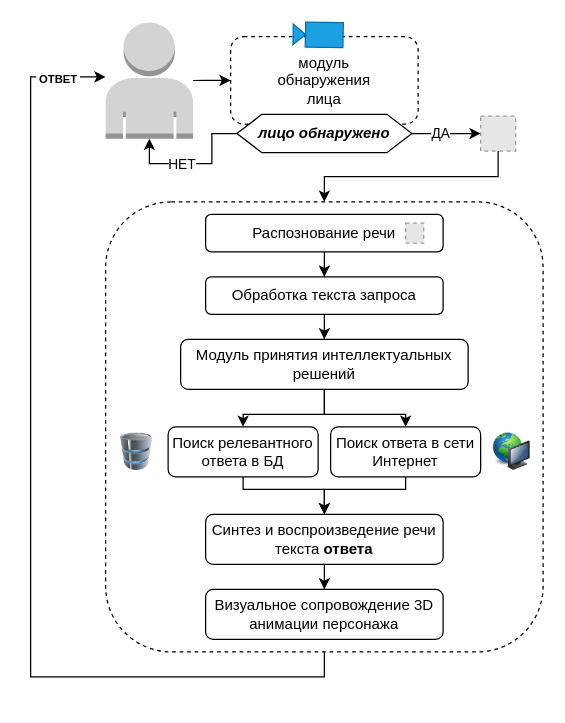
Before: src/hiva_schematic (1).drawio in pteacher/hiva-irbis-demo, a draw.io diagram. Source tidied: cells renumbered, new cells numbered last; positions are measured from the earlier drawing's top-left corner, leaving out a move shared by most shapes. Both pictures are drawn from the tidied source at 125%, with x=0, y=0 at pixel (30, 21). Pictures stored in the file or linked from it are replaced by grey dashed boxes.
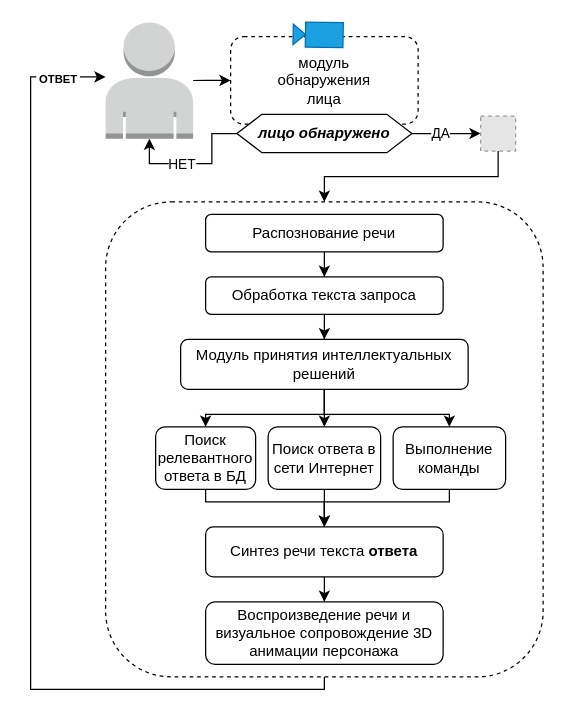
After the change.

The change refers to these unchanged cells:
```xml
<mxCell id="18" style="outlineConnect=0;dashed=0;verticalLabelPosition=bottom;verticalAlign=top;align=center;html=1;shape=mxgraph.aws3.user;fillColor=#D2D3D3;gradientColor=none;fontSize=9;" parent="1" vertex="1">
  <mxGeometry x="60" y="0.4" width="70" height="93" as="geometry" />
</mxCell>
<mxCell id="33" value="Модуль принятия интеллектуальных решений" style="whiteSpace=wrap;html=1;rounded=1;" parent="1" vertex="1">
  <mxGeometry x="120" y="254" width="230" height="40" as="geometry" />
</mxCell>
```

The edit, as a diff of the source:
```diff
@@
     <mxCell id="2" style="rounded=1;whiteSpace=wrap;html=1;dashed=1;" parent="1" vertex="1">
-      <mxGeometry x="60" y="144" width="350" height="360" as="geometry" />
+      <mxGeometry x="60" y="144" width="350" height="380" as="geometry" />
     </mxCell>
@@
     <mxCell id="7" style="edgeStyle=orthogonalEdgeStyle;rounded=0;jettySize=auto;html=1;fontSize=9;" parent="1" edge="1" source="8" target="14">
       <mxGeometry relative="1" as="geometry">
         <Array as="points">
-          <mxPoint x="170" y="374" />
-          <mxPoint x="235" y="374" />
+          <mxPoint x="140" y="384" />
+          <mxPoint x="235" y="384" />
         </Array>
       </mxGeometry>
     </mxCell>
     <mxCell id="8" value="Поиск релевантного ответа в БД" style="whiteSpace=wrap;html=1;rounded=1;" parent="1" vertex="1">
-      <mxGeometry x="110" y="324" width="120" height="40" as="geometry" />
+      <mxGeometry x="100" y="324" width="80" height="50" as="geometry" />
     </mxCell>
     <mxCell id="9" style="edgeStyle=orthogonalEdgeStyle;rounded=0;jettySize=auto;html=1;fontSize=9;" parent="1" edge="1" source="10" target="14">
       <mxGeometry relative="1" as="geometry">
         <Array as="points">
-          <mxPoint x="300" y="374" />
-          <mxPoint x="235" y="374" />
+          <mxPoint x="235" y="384" />
+          <mxPoint x="235" y="384" />
         </Array>
       </mxGeometry>
     </mxCell>
     <mxCell id="10" value="Поиск ответа в сети Интернет" style="whiteSpace=wrap;html=1;rounded=1;" parent="1" vertex="1">
-      <mxGeometry x="240" y="324" width="120" height="40" as="geometry" />
+      <mxGeometry x="190" y="324" width="90" height="50" as="geometry" />
     </mxCell>
-    <mxCell id="11" style="image;html=1;image=img/lib/clip_art/computers/Network_128x128.png;fontSize=9;" parent="1" vertex="1">
-      <mxGeometry x="370" y="329" width="30" height="30" as="geometry" />
-    </mxCell>
-    <mxCell id="12" style="image;html=1;image=img/lib/clip_art/computers/Database_128x128.png;fontSize=9;" parent="1" vertex="1">
-      <mxGeometry x="70" y="329" width="30" height="30" as="geometry" />
-    </mxCell>
@@
+    <mxCell id="34" style="edgeStyle=orthogonalEdgeStyle;rounded=0;jettySize=auto;html=1;exitX=0.5;exitY=0;exitDx=0;exitDy=0;entryX=0.5;entryY=1;entryDx=0;entryDy=0;fontColor=#EA6B66;startArrow=none;startFill=0;endArrow=none;endFill=0;" parent="1" edge="1" source="14" target="36">
+      <mxGeometry relative="1" as="geometry" />
+    </mxCell>
-    <mxCell id="14" value="Синтез и воспроизведение речи текста &lt;b&gt;ответа&lt;/b&gt;" style="rounded=1;whiteSpace=wrap;html=1;" parent="1" vertex="1">
-      <mxGeometry x="140" y="394" width="190" height="40" as="geometry" />
+    <mxCell id="14" value="Синтез речи текста &lt;b&gt;ответа&lt;/b&gt;" style="rounded=1;whiteSpace=wrap;html=1;" parent="1" vertex="1">
+      <mxGeometry x="140" y="404" width="190" height="40" as="geometry" />
     </mxCell>
-    <mxCell id="15" value="Визуальное сопровождение 3D анимации персонажа" style="rounded=1;whiteSpace=wrap;html=1;" parent="1" vertex="1">
-      <mxGeometry x="140" y="454" width="190" height="40" as="geometry" />
+    <mxCell id="15" value="Воспроизведение речи и визуальное сопровождение 3D анимации персонажа" style="rounded=1;whiteSpace=wrap;html=1;" parent="1" vertex="1">
+      <mxGeometry x="140" y="464" width="190" height="50" as="geometry" />
     </mxCell>
     <mxCell id="16" style="edgeStyle=orthogonalEdgeStyle;rounded=0;jettySize=auto;html=1;entryX=0.5;entryY=1;entryDx=0;entryDy=0;fontSize=9;startArrow=classic;startFill=1;endArrow=none;endFill=0;fontStyle=1;" parent="1" edge="1" source="18" target="2">
       <mxGeometry relative="1" as="geometry">
         <Array as="points">
           <mxPoint y="44" />
-          <mxPoint y="524" />
-          <mxPoint x="235" y="524" />
+          <mxPoint y="534" />
+          <mxPoint x="235" y="534" />
         </Array>
       </mxGeometry>
     </mxCell>
@@
-    <mxCell id="24" style="fillColor=#E6E6E6;strokeColor=#999999;dashed=1;html=1;verticalAlign=top;labelPosition=center;verticalLabelPosition=bottom;align=center;spacingTop=-6;fontSize=11;fontStyle=1;fontColor=#999999;" parent="1" vertex="1">
-      <mxGeometry x="300" y="161" width="14.5" height="16" as="geometry" />
-    </mxCell>
@@
     <mxCell id="31" style="edgeStyle=orthogonalEdgeStyle;rounded=0;jettySize=auto;html=1;exitX=0.5;exitY=1;exitDx=0;exitDy=0;entryX=0.5;entryY=0;entryDx=0;entryDy=0;fontColor=#EA6B66;startArrow=none;startFill=0;endArrow=classic;endFill=1;" parent="1" edge="1" source="33" target="8">
-      <mxGeometry relative="1" as="geometry" />
+      <mxGeometry relative="1" as="geometry">
+        <Array as="points">
+          <mxPoint x="235" y="314" />
+          <mxPoint x="140" y="314" />
+        </Array>
+      </mxGeometry>
     </mxCell>
@@
+    <mxCell id="35" style="edgeStyle=orthogonalEdgeStyle;rounded=0;jettySize=auto;html=1;exitX=0.5;exitY=1;exitDx=0;exitDy=0;entryX=0.5;entryY=0;entryDx=0;entryDy=0;fontColor=#EA6B66;startArrow=none;startFill=0;endArrow=classic;endFill=1;" parent="1" edge="1" source="33" target="36">
+      <mxGeometry relative="1" as="geometry" />
+    </mxCell>
@@
+    <mxCell id="36" value="Выполнение команды" style="whiteSpace=wrap;html=1;rounded=1;" parent="1" vertex="1">
+      <mxGeometry x="290" y="324" width="90" height="50" as="geometry" />
+    </mxCell>
```
